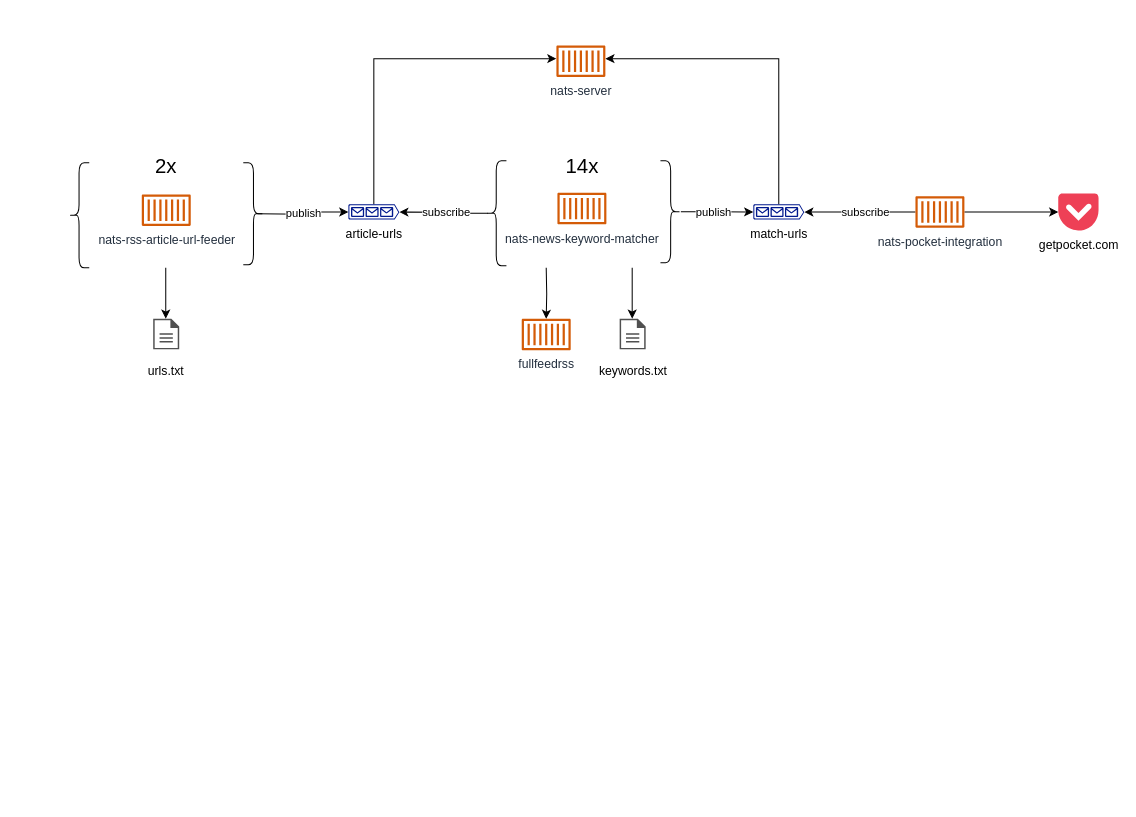
Before: architecture.drawio in heussd/nats-news-analysis, a draw.io diagram. Source tidied: cells renumbered, new cells numbered last; positions are measured from the earlier drawing's top-left corner, leaving out a move shared by most shapes. Both pictures are drawn from the tidied source at 102%, with x=0, y=0 at pixel (68, 45). Pictures stored in the file or linked from it are replaced by grey dashed boxes.
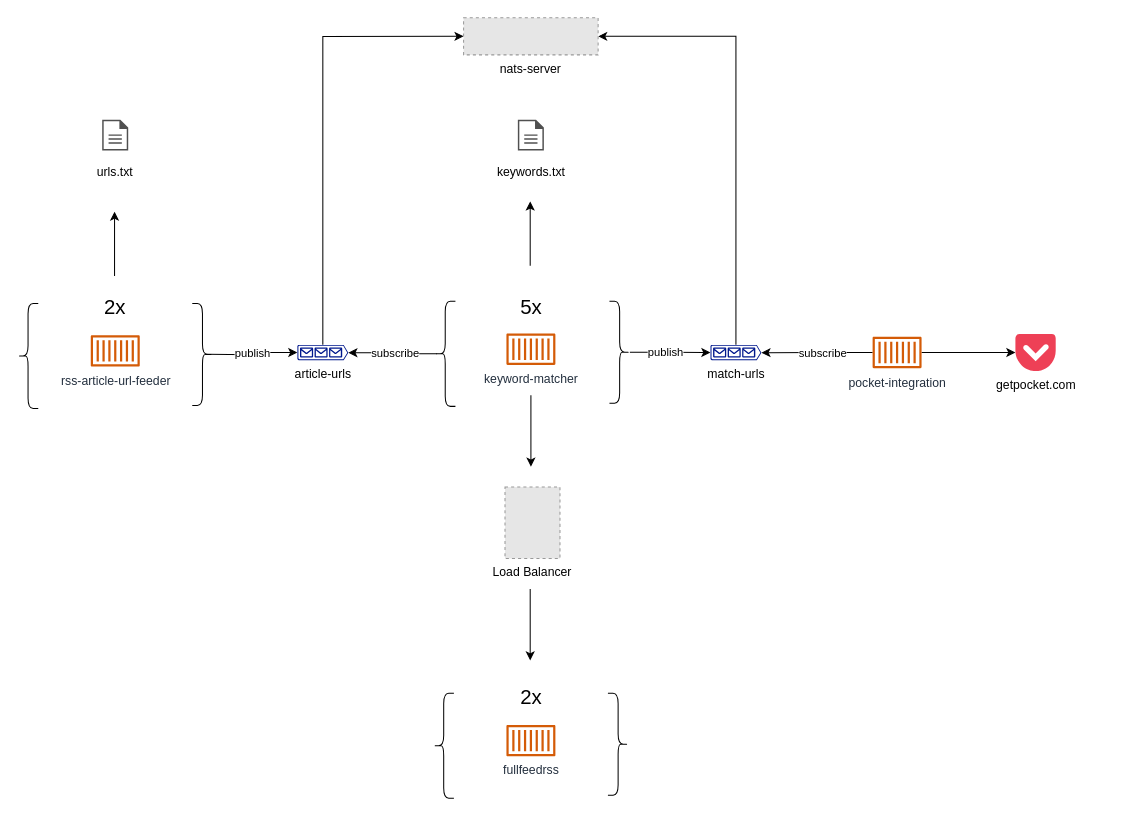
After the change.

Commit message (it also covers changes not shown here):
Introduce load balancer for fivefilters

The edit, as a diff of the source:
```diff
@@
-    <mxCell id="4" style="edgeStyle=orthogonalEdgeStyle;rounded=0;jettySize=auto;html=1;fontSize=20;" parent="1" edge="1" source="5" target="22">
+    <mxCell id="4" style="edgeStyle=orthogonalEdgeStyle;rounded=0;jettySize=auto;html=1;entryX=0;entryY=0.5;entryDx=0;entryDy=0;" parent="1" edge="1" source="5" target="22">
       <mxGeometry relative="1" as="geometry">
         <Array as="points">
-          <mxPoint x="299" y="13" />
+          <mxPoint x="248.6" y="-9" />
         </Array>
       </mxGeometry>
     </mxCell>
     <mxCell id="5" value="article-urls" style="sketch=0;shadow=0;dashed=0;html=1;strokeColor=none;labelPosition=center;verticalLabelPosition=bottom;verticalAlign=top;align=center;fillColor=#00188D;shape=mxgraph.azure.queue_generic;" parent="1" vertex="1">
-      <mxGeometry x="274" y="155.8" width="50" height="15" as="geometry" />
+      <mxGeometry x="224" y="293.6" width="50" height="15" as="geometry" />
     </mxCell>
     <mxCell id="6" value="publish" style="edgeStyle=orthogonalEdgeStyle;rounded=0;jettySize=auto;html=1;exitX=0.1;exitY=0.5;exitDx=0;exitDy=0;exitPerimeter=0;" parent="1" edge="1" target="5">
       <mxGeometry relative="1" as="geometry">
-        <mxPoint x="185" y="165" as="sourcePoint" />
+        <mxPoint x="135" y="302.9" as="sourcePoint" />
       </mxGeometry>
     </mxCell>
-    <mxCell id="7" value="nats-rss-article-url-feeder" style="sketch=0;fontColor=#232F3E;gradientColor=none;fillColor=#D45B07;strokeColor=none;dashed=0;verticalLabelPosition=bottom;verticalAlign=top;align=center;html=1;fontSize=12;fontStyle=0;shape=mxgraph.aws4.container_1;" parent="1" vertex="1">
-      <mxGeometry x="71.5" y="146.1" width="48" height="31" as="geometry" />
+    <mxCell id="7" value="rss-article-url-feeder" style="sketch=0;fontColor=#232F3E;gradientColor=none;fillColor=#D45B07;strokeColor=none;dashed=0;verticalLabelPosition=bottom;verticalAlign=top;align=center;html=1;fontSize=12;fontStyle=0;shape=mxgraph.aws4.container_1;" parent="1" vertex="1">
+      <mxGeometry x="21.5" y="284" width="48" height="31" as="geometry" />
     </mxCell>
     <mxCell id="8" style="shape=curlyBracket;whiteSpace=wrap;html=1;rounded=1;" parent="1" vertex="1">
-      <mxGeometry x="409" y="113" width="20" height="103" as="geometry" />
+      <mxGeometry x="359" y="250.9" width="20" height="103" as="geometry" />
     </mxCell>
+    <mxCell id="31" style="edgeStyle=orthogonalEdgeStyle;rounded=0;orthogonalLoop=1;jettySize=auto;html=1;" parent="1" edge="1">
+      <mxGeometry relative="1" as="geometry">
+        <mxPoint x="453" y="343" as="sourcePoint" />
+        <mxPoint x="453" y="413" as="targetPoint" />
+      </mxGeometry>
+    </mxCell>
-    <mxCell id="9" value="nats-news-keyword-matcher" style="sketch=0;fontColor=#232F3E;gradientColor=none;fillColor=#D45B07;strokeColor=none;dashed=0;verticalLabelPosition=bottom;verticalAlign=top;align=center;html=1;fontSize=12;fontStyle=0;shape=mxgraph.aws4.container_1;" parent="1" vertex="1">
-      <mxGeometry x="479" y="144.5" width="48" height="31" as="geometry" />
+    <mxCell id="9" value="keyword-matcher" style="sketch=0;fontColor=#232F3E;gradientColor=none;fillColor=#D45B07;strokeColor=none;dashed=0;verticalLabelPosition=bottom;verticalAlign=top;align=center;html=1;fontSize=12;fontStyle=0;shape=mxgraph.aws4.container_1;" parent="1" vertex="1">
+      <mxGeometry x="429" y="282.4" width="48" height="31" as="geometry" />
     </mxCell>
-    <mxCell id="10" style="edgeStyle=orthogonalEdgeStyle;rounded=0;jettySize=auto;html=1;" parent="1" edge="1" target="20">
-      <mxGeometry relative="1" as="geometry">
-        <mxPoint x="468" y="218" as="sourcePoint" />
-      </mxGeometry>
-    </mxCell>
@@
     <mxCell id="13" style="shape=curlyBracket;whiteSpace=wrap;html=1;rounded=1;flipH=1;" parent="1" vertex="1">
-      <mxGeometry x="580" y="113" width="20" height="100" as="geometry" />
+      <mxGeometry x="530" y="250.9" width="20" height="100" as="geometry" />
     </mxCell>
@@
-    <mxCell id="16" style="edgeStyle=orthogonalEdgeStyle;rounded=0;jettySize=auto;html=1;fontSize=20;exitX=0.5;exitY=0;exitDx=0;exitDy=0;exitPerimeter=0;" parent="1" edge="1" source="17" target="22">
+    <mxCell id="16" style="edgeStyle=orthogonalEdgeStyle;rounded=0;jettySize=auto;html=1;entryX=1;entryY=0.5;entryDx=0;entryDy=0;" parent="1" edge="1" source="17" target="22">
       <mxGeometry relative="1" as="geometry">
         <Array as="points">
-          <mxPoint x="696" y="13" />
+          <mxPoint x="654.5" y="-9" />
         </Array>
       </mxGeometry>
     </mxCell>
     <mxCell id="17" value="match-urls" style="sketch=0;shadow=0;dashed=0;html=1;strokeColor=none;labelPosition=center;verticalLabelPosition=bottom;verticalAlign=top;align=center;fillColor=#00188D;shape=mxgraph.azure.queue_generic;" parent="1" vertex="1">
-      <mxGeometry x="671" y="155.8" width="50" height="15" as="geometry" />
+      <mxGeometry x="629" y="293.6" width="50" height="15" as="geometry" />
     </mxCell>
@@
-    <mxCell id="19" value="nats-pocket-integration" style="sketch=0;outlineConnect=0;fontColor=#232F3E;gradientColor=none;fillColor=#D45B07;strokeColor=none;dashed=0;verticalLabelPosition=bottom;verticalAlign=top;align=center;html=1;fontSize=12;fontStyle=0;shape=mxgraph.aws4.container_1;" parent="1" vertex="1">
-      <mxGeometry x="830" y="147.8" width="48" height="31" as="geometry" />
+    <mxCell id="19" value="pocket-integration" style="sketch=0;outlineConnect=0;fontColor=#232F3E;gradientColor=none;fillColor=#D45B07;strokeColor=none;dashed=0;verticalLabelPosition=bottom;verticalAlign=top;align=center;html=1;fontSize=12;fontStyle=0;shape=mxgraph.aws4.container_1;" parent="1" vertex="1">
+      <mxGeometry x="788" y="285.6" width="48" height="31" as="geometry" />
     </mxCell>
-    <mxCell id="20" value="fullfeedrss" style="sketch=0;outlineConnect=0;fontColor=#232F3E;gradientColor=none;fillColor=#D45B07;strokeColor=none;dashed=0;verticalLabelPosition=bottom;verticalAlign=top;align=center;html=1;fontSize=12;fontStyle=0;shape=mxgraph.aws4.container_1;" parent="1" vertex="1">
-      <mxGeometry x="444" y="268" width="48" height="31" as="geometry" />
-    </mxCell>
     <mxCell id="21" value="getpocket.com" style="dashed=0;outlineConnect=0;html=1;align=center;labelPosition=center;verticalLabelPosition=bottom;verticalAlign=top;shape=mxgraph.weblogos.pocket;fillColor=#EE4056;strokeColor=none;" parent="1" vertex="1">
-      <mxGeometry x="970" y="145.1" width="39.5" height="36.4" as="geometry" />
+      <mxGeometry x="928" y="282.9" width="39.5" height="36.4" as="geometry" />
     </mxCell>
-    <mxCell id="22" value="nats-server" style="sketch=0;outlineConnect=0;fontColor=#232F3E;gradientColor=none;fillColor=#D45B07;strokeColor=none;dashed=0;verticalLabelPosition=bottom;verticalAlign=top;align=center;html=1;fontSize=12;fontStyle=0;shape=mxgraph.aws4.container_1;" parent="1" vertex="1">
-      <mxGeometry x="478" width="48" height="31" as="geometry" />
-    </mxCell>
+    <mxCell id="32" style="edgeStyle=orthogonalEdgeStyle;rounded=0;orthogonalLoop=1;jettySize=auto;html=1;" parent="1" edge="1">
+      <mxGeometry relative="1" as="geometry">
+        <mxPoint x="452.3" y="216" as="sourcePoint" />
+        <mxPoint x="452.3" y="153" as="targetPoint" />
+      </mxGeometry>
+    </mxCell>
-    <mxCell id="23" value="&lt;font style=&quot;font-size: 20px;&quot;&gt;14x&lt;/font&gt;" style="text;html=1;strokeColor=none;fillColor=none;align=center;verticalAlign=middle;whiteSpace=wrap;rounded=0;" parent="1" vertex="1">
-      <mxGeometry x="474.5" y="103" width="57" height="30" as="geometry" />
+    <mxCell id="23" value="&lt;font style=&quot;font-size: 20px;&quot;&gt;5x&lt;/font&gt;" style="text;html=1;strokeColor=none;fillColor=none;align=center;verticalAlign=middle;whiteSpace=wrap;rounded=0;" parent="1" vertex="1">
+      <mxGeometry x="424.5" y="240.9" width="57" height="30" as="geometry" />
     </mxCell>
     <mxCell id="24" style="shape=curlyBracket;whiteSpace=wrap;html=1;rounded=1;" parent="1" vertex="1">
-      <mxGeometry y="115.1" width="20" height="103" as="geometry" />
+      <mxGeometry x="-50" y="253" width="20" height="103" as="geometry" />
     </mxCell>
     <mxCell id="25" style="shape=curlyBracket;whiteSpace=wrap;html=1;rounded=1;flipH=1;" parent="1" vertex="1">
-      <mxGeometry x="171" y="115.1" width="20" height="100" as="geometry" />
+      <mxGeometry x="121" y="253" width="20" height="100" as="geometry" />
     </mxCell>
     <mxCell id="26" value="&lt;font style=&quot;font-size: 20px;&quot;&gt;2x&lt;/font&gt;" style="text;html=1;strokeColor=none;fillColor=none;align=center;verticalAlign=middle;whiteSpace=wrap;rounded=0;" parent="1" vertex="1">
-      <mxGeometry x="67" y="103" width="57" height="30" as="geometry" />
+      <mxGeometry x="17" y="240.9" width="57" height="30" as="geometry" />
     </mxCell>
     <mxCell id="27" value="&lt;font style=&quot;font-size: 12px;&quot;&gt;keywords.txt&lt;/font&gt;" style="sketch=0;shadow=0;dashed=0;html=1;strokeColor=none;fillColor=#505050;labelPosition=center;verticalLabelPosition=bottom;verticalAlign=top;align=center;shape=mxgraph.office.concepts.document;fontSize=20;" parent="1" vertex="1">
-      <mxGeometry x="540" y="268" width="25.5" height="30" as="geometry" />
+      <mxGeometry x="440.2" y="73" width="25.5" height="30" as="geometry" />
     </mxCell>
-    <mxCell id="28" style="edgeStyle=orthogonalEdgeStyle;rounded=0;orthogonalLoop=1;jettySize=auto;html=1;" parent="1" edge="1">
-      <mxGeometry relative="1" as="geometry">
-        <mxPoint x="552.3" y="217.9" as="sourcePoint" />
-        <mxPoint x="552.3" y="268" as="targetPoint" />
-        <Array as="points">
-          <mxPoint x="552.3" y="232.9" />
-          <mxPoint x="552.3" y="232.9" />
-        </Array>
-      </mxGeometry>
-    </mxCell>
     <mxCell id="29" value="&lt;font style=&quot;font-size: 12px;&quot;&gt;urls.txt&lt;/font&gt;" style="sketch=0;shadow=0;dashed=0;html=1;strokeColor=none;fillColor=#505050;labelPosition=center;verticalLabelPosition=bottom;verticalAlign=top;align=center;shape=mxgraph.office.concepts.document;fontSize=20;" parent="1" vertex="1">
-      <mxGeometry x="82.7" y="268" width="25.5" height="30" as="geometry" />
+      <mxGeometry x="32.7" y="73" width="25.5" height="30" as="geometry" />
     </mxCell>
-    <mxCell id="30" style="edgeStyle=orthogonalEdgeStyle;rounded=0;orthogonalLoop=1;jettySize=auto;html=1;" parent="1" edge="1">
-      <mxGeometry relative="1" as="geometry">
-        <mxPoint x="95" y="217.9" as="sourcePoint" />
-        <mxPoint x="95" y="268" as="targetPoint" />
-        <Array as="points">
-          <mxPoint x="95" y="232.9" />
-          <mxPoint x="95" y="232.9" />
-        </Array>
-      </mxGeometry>
-    </mxCell>
+    <mxCell id="33" value="Load Balancer" style="fillColor=#E6E6E6;strokeColor=#999999;dashed=1;verticalLabelPosition=bottom;labelBackgroundColor=default;verticalAlign=top;" parent="1" vertex="1">
+      <mxGeometry x="427.6" y="433" width="53.9" height="70" as="geometry" />
+    </mxCell>
+    <mxCell id="20" value="fullfeedrss" style="sketch=0;outlineConnect=0;fontColor=#232F3E;gradientColor=none;fillColor=#D45B07;strokeColor=none;dashed=0;verticalLabelPosition=bottom;verticalAlign=top;align=center;html=1;fontSize=12;fontStyle=0;shape=mxgraph.aws4.container_1;" parent="1" vertex="1">
+      <mxGeometry x="429" y="666.1" width="48" height="31" as="geometry" />
+    </mxCell>
+    <mxCell id="34" style="shape=curlyBracket;whiteSpace=wrap;html=1;rounded=1;" parent="1" vertex="1">
+      <mxGeometry x="357.5" y="635.1" width="20" height="103" as="geometry" />
+    </mxCell>
+    <mxCell id="35" style="shape=curlyBracket;whiteSpace=wrap;html=1;rounded=1;flipH=1;" parent="1" vertex="1">
+      <mxGeometry x="528.5" y="635.1" width="20" height="100" as="geometry" />
+    </mxCell>
+    <mxCell id="36" value="&lt;font style=&quot;font-size: 20px;&quot;&gt;2x&lt;/font&gt;" style="text;html=1;strokeColor=none;fillColor=none;align=center;verticalAlign=middle;whiteSpace=wrap;rounded=0;" parent="1" vertex="1">
+      <mxGeometry x="424.5" y="623" width="57" height="30" as="geometry" />
+    </mxCell>
+    <mxCell id="22" value="nats-server" style="fillColor=#E6E6E6;strokeColor=#999999;dashed=1;verticalLabelPosition=bottom;labelBackgroundColor=default;verticalAlign=top;" parent="1" vertex="1">
+      <mxGeometry x="387" y="-27" width="131.9" height="36.3" as="geometry" />
+    </mxCell>
+    <mxCell id="37" style="edgeStyle=orthogonalEdgeStyle;rounded=0;orthogonalLoop=1;jettySize=auto;html=1;" parent="1" edge="1">
+      <mxGeometry relative="1" as="geometry">
+        <mxPoint x="44.8" y="226" as="sourcePoint" />
+        <mxPoint x="44.8" y="163" as="targetPoint" />
+        <Array as="points">
+          <mxPoint x="44.5" y="173" />
+          <mxPoint x="44.5" y="173" />
+        </Array>
+      </mxGeometry>
+    </mxCell>
+    <mxCell id="38" style="edgeStyle=orthogonalEdgeStyle;rounded=0;orthogonalLoop=1;jettySize=auto;html=1;" parent="1" edge="1">
+      <mxGeometry relative="1" as="geometry">
+        <mxPoint x="452.3" y="533" as="sourcePoint" />
+        <mxPoint x="452.3" y="603" as="targetPoint" />
+      </mxGeometry>
+    </mxCell>
```
